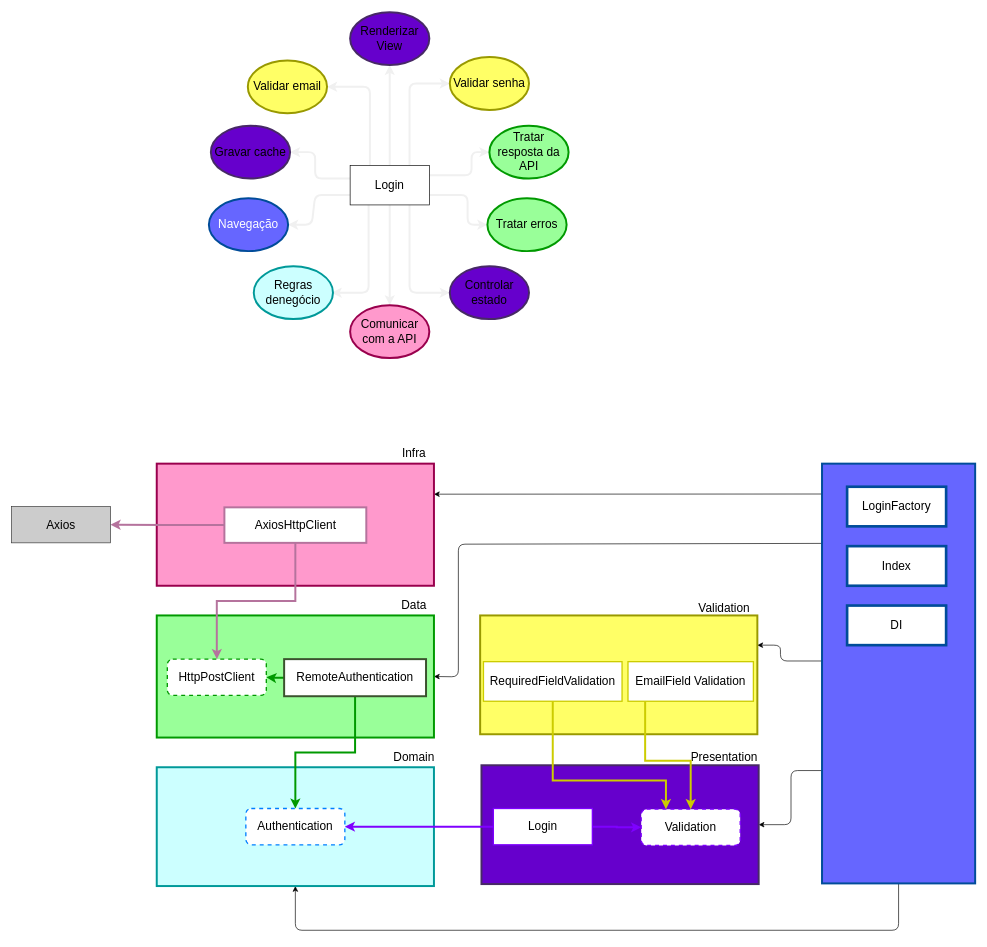
Above: documentation/usecases/login-authentication.drawio in GersonDantas/portal-suri (draw.io), before the change. Source tidied: cells renumbered, new cells numbered last; positions are measured from the earlier drawing's top-left corner, leaving out a move shared by most shapes. Both pictures are drawn from the tidied source at 66%, with x=0, y=0 at pixel (11, 12).
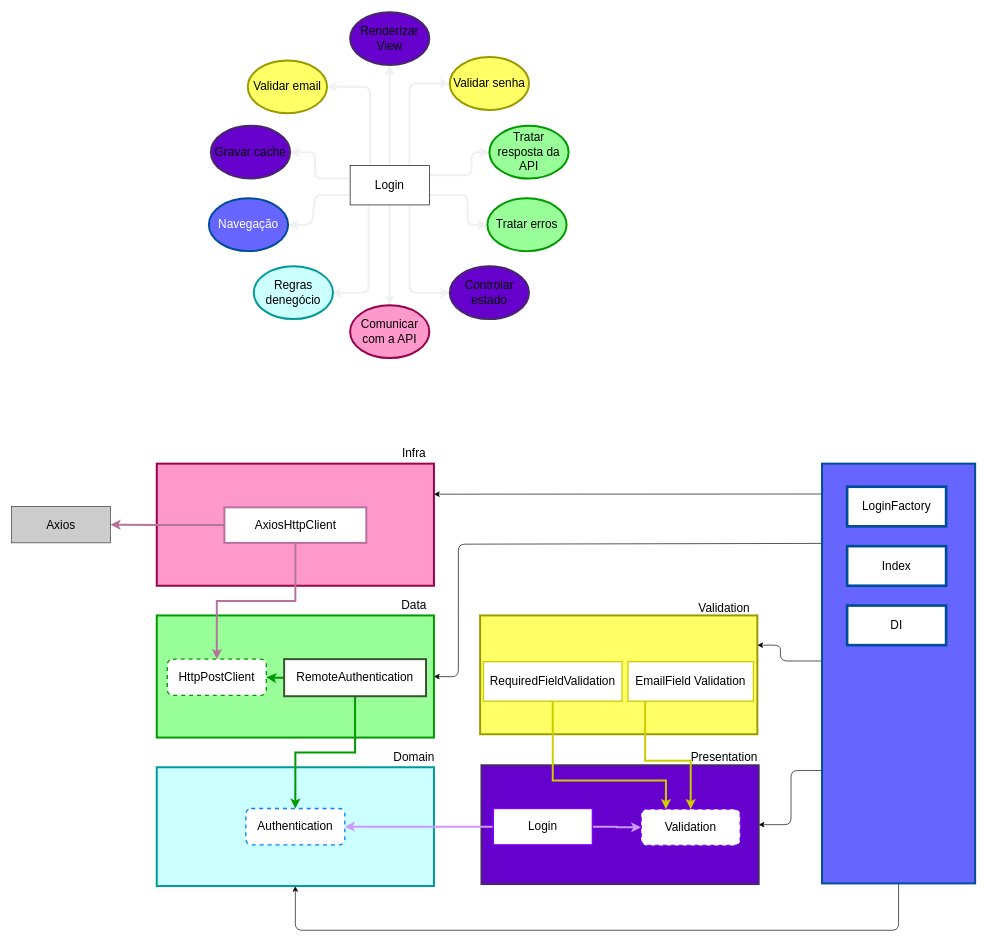
Above is the later version.

The change refers to these unchanged cells:
```xml
<mxCell id="31" value="&lt;font style=&quot;font-size: 18px&quot; color=&quot;#000000&quot;&gt;Authentication&lt;/font&gt;" style="rounded=1;whiteSpace=wrap;html=1;strokeColor=#007FFF;dashed=1;strokeWidth=2;fillColor=#FFFFFF;" parent="1" vertex="1">
  <mxGeometry x="355" y="1206.5" width="150" height="55" as="geometry" />
</mxCell>
<mxCell id="47" value="&lt;font style=&quot;font-size: 18px&quot; color=&quot;#000000&quot;&gt;Login&lt;/font&gt;" style="rounded=0;whiteSpace=wrap;html=1;strokeColor=#7F00FF;strokeWidth=2;fillColor=#FFFFFF;" parent="1" vertex="1">
  <mxGeometry x="730" y="1206.5" width="150" height="55" as="geometry" />
</mxCell>
<mxCell id="49" value="&lt;font style=&quot;font-size: 18px&quot; color=&quot;#000000&quot;&gt;Validation&lt;/font&gt;" style="rounded=1;whiteSpace=wrap;html=1;strokeColor=#7F00FF;dashed=1;strokeWidth=2;fillColor=#FFFFFF;" parent="1" vertex="1">
  <mxGeometry x="954" y="1207.5" width="150" height="55" as="geometry" />
</mxCell>
```

Diff of the diagram source:
```diff
@@
-    <mxCell id="45" style="edgeStyle=orthogonalEdgeStyle;rounded=0;jettySize=auto;html=1;exitX=0;exitY=0.5;exitDx=0;exitDy=0;fontSize=18;strokeColor=#7F00FF;strokeWidth=3;" parent="1" edge="1" source="47" target="31">
+    <mxCell id="45" style="edgeStyle=orthogonalEdgeStyle;rounded=0;jettySize=auto;html=1;exitX=0;exitY=0.5;exitDx=0;exitDy=0;fontSize=18;strokeColor=#CC99FF;strokeWidth=3;" parent="1" edge="1" source="47" target="31">
       <mxGeometry relative="1" as="geometry" />
     </mxCell>
-    <mxCell id="46" style="edgeStyle=orthogonalEdgeStyle;rounded=0;jettySize=auto;html=1;exitX=1;exitY=0.5;exitDx=0;exitDy=0;fontSize=18;fontColor=#FFFFFF;strokeColor=#7F00FF;strokeWidth=3;" parent="1" edge="1" source="47" target="49">
+    <mxCell id="46" style="edgeStyle=orthogonalEdgeStyle;rounded=0;jettySize=auto;html=1;exitX=1;exitY=0.5;exitDx=0;exitDy=0;fontSize=18;fontColor=#FFFFFF;strokeColor=#CC99FF;strokeWidth=3;" parent="1" edge="1" source="47" target="49">
       <mxGeometry relative="1" as="geometry" />
     </mxCell>
```
